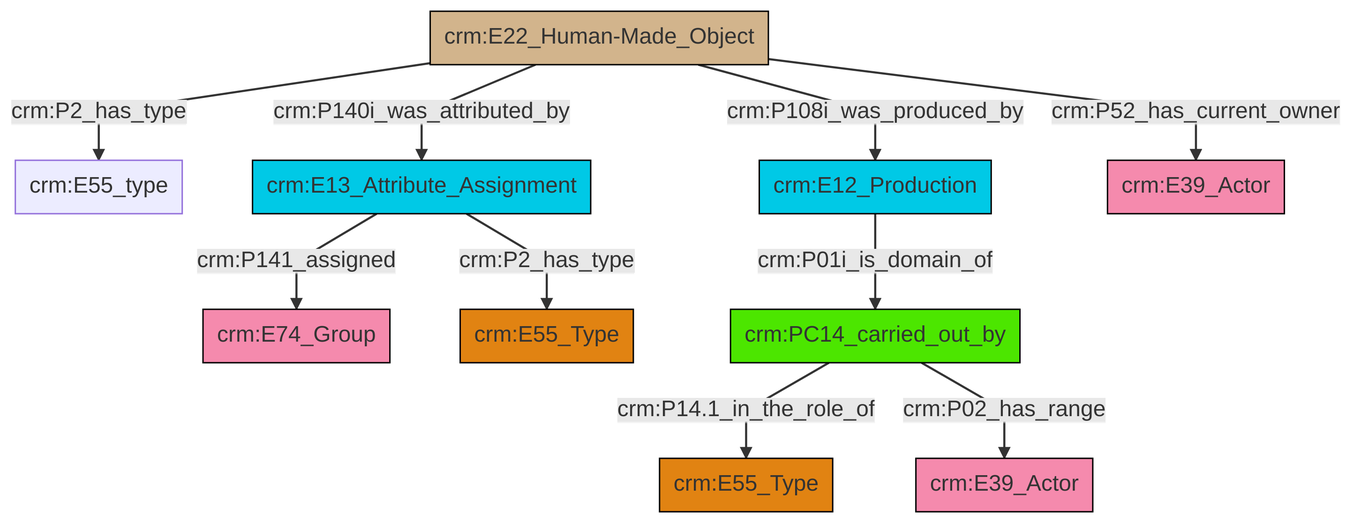
Above: et/builtWorkCSV/ttl/mmd/png/Built_Work_actor_relations.png in swiss-art-research-net/docs.swissartresearch (Mermaid), before the change. Its source is kept beside it as et/builtWorkCSV/ttl/mmd/Built_Work_actor_relations.ttl.mmd.
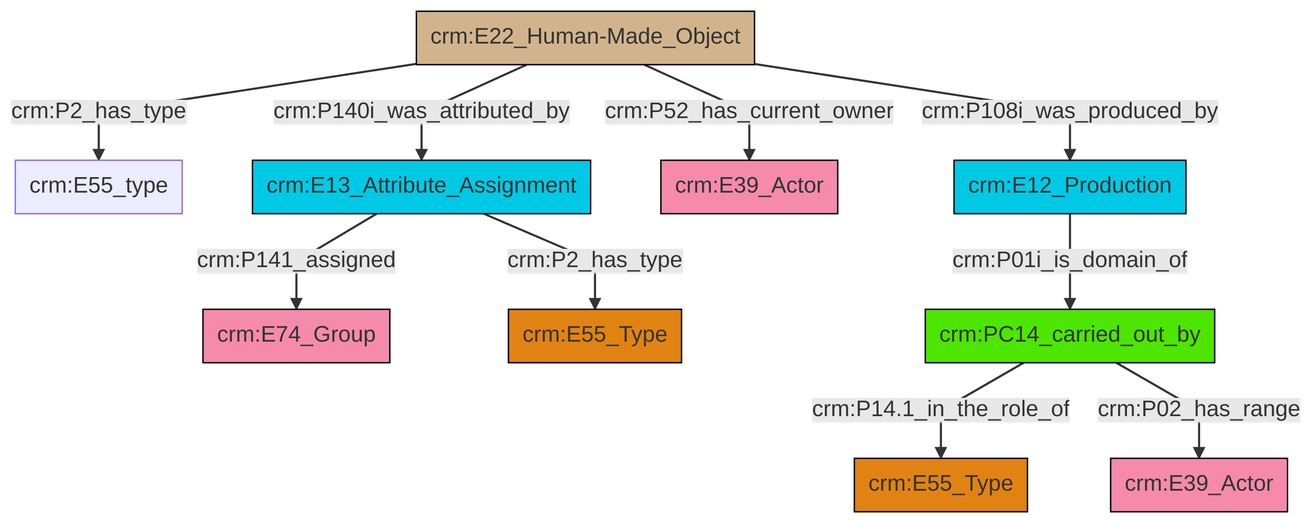
After the change.

The edit, as a diff of the source:
```diff
@@ -14,11 +14,11 @@
 classDef Multi fill:#cccccc,stroke:#000000;
 
 2["crm:E22_Human-Made_Object"]:::Physical_Thing -->|crm:P2_has_type| 3["crm:E55_type"]:::Default
-4["crm:PC14_carried_out_by"]:::PC_Classes -->|crm:P14.1_in_the_role_of| 6["crm:E55_Type"]:::Type
-11["crm:E12_Production"]:::Temporal_Entity -->|crm:P01i_is_domain_of| 4["crm:PC14_carried_out_by"]:::PC_Classes
-2["crm:E22_Human-Made_Object"]:::Physical_Thing -->|crm:P140i_was_attributed_by| 13["crm:E13_Attribute_Assignment"]:::Temporal_Entity
-4["crm:PC14_carried_out_by"]:::PC_Classes -->|crm:P02_has_range| 7["crm:E39_Actor"]:::Actor
-2["crm:E22_Human-Made_Object"]:::Physical_Thing -->|crm:P108i_was_produced_by| 11["crm:E12_Production"]:::Temporal_Entity
-2["crm:E22_Human-Made_Object"]:::Physical_Thing -->|crm:P52_has_current_owner| 14["crm:E39_Actor"]:::Actor
-13["crm:E13_Attribute_Assignment"]:::Temporal_Entity -->|crm:P141_assigned| 0["crm:E74_Group"]:::Actor
-13["crm:E13_Attribute_Assignment"]:::Temporal_Entity -->|crm:P2_has_type| 9["crm:E55_Type"]:::Type
+9["crm:E12_Production"]:::Temporal_Entity -->|crm:P01i_is_domain_of| 10["crm:PC14_carried_out_by"]:::PC_Classes
+2["crm:E22_Human-Made_Object"]:::Physical_Thing -->|crm:P140i_was_attributed_by| 0["crm:E13_Attribute_Assignment"]:::Temporal_Entity
+10["crm:PC14_carried_out_by"]:::PC_Classes -->|crm:P14.1_in_the_role_of| 4["crm:E55_Type"]:::Type
+0["crm:E13_Attribute_Assignment"]:::Temporal_Entity -->|crm:P141_assigned| 6["crm:E74_Group"]:::Actor
+0["crm:E13_Attribute_Assignment"]:::Temporal_Entity -->|crm:P2_has_type| 13["crm:E55_Type"]:::Type
+2["crm:E22_Human-Made_Object"]:::Physical_Thing -->|crm:P52_has_current_owner| 11["crm:E39_Actor"]:::Actor
+10["crm:PC14_carried_out_by"]:::PC_Classes -->|crm:P02_has_range| 17["crm:E39_Actor"]:::Actor
+2["crm:E22_Human-Made_Object"]:::Physical_Thing -->|crm:P108i_was_produced_by| 9["crm:E12_Production"]:::Temporal_Entity
```
